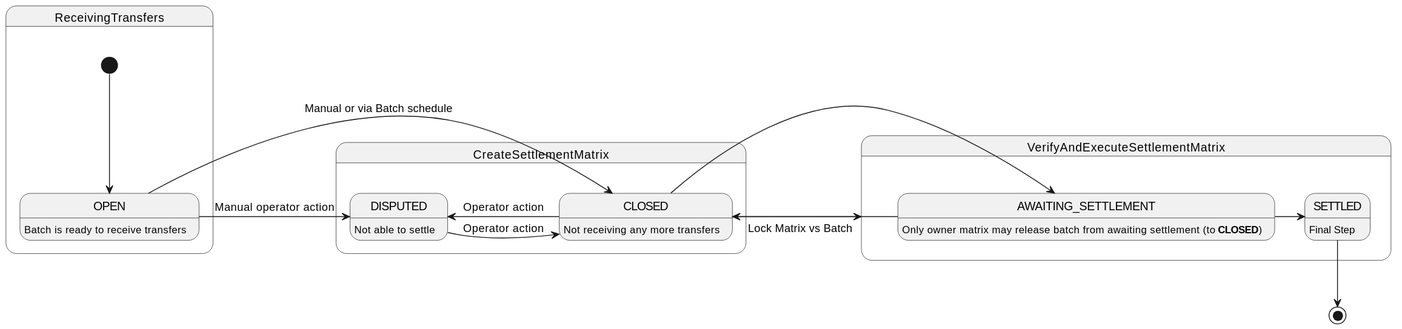
Earlier version of the PlantUML export docs/flows/20-batch-statemachine.svg (mojaloop/settlements-bc). Its diagram source:
```plantuml
@startuml
state ReceivingTransfers {
    [*] --> OPEN
    OPEN : Batch is ready to receive transfers
}

state CreateSettlementMatrix {
    OPEN -> CLOSED : Manual or via Batch schedule
    CLOSED : Not receiving any more transfers
    CLOSED -> DISPUTED : Operator action
    DISPUTED -> CLOSED : Operator action
    DISPUTED : Not able to settle
    OPEN -> DISPUTED : Manual operator action
}

state VerifyAndExecuteSettlementMatrix {
    CLOSED -> VerifyAndExecuteSettlementMatrix : Lock Matrix vs Batch
    SETTLED : Final Step
    CLOSED -> AWAITING_SETTLEMENT
        AWAITING_SETTLEMENT : Only owner matrix may release batch from awaiting settlement (to **CLOSED**)
    AWAITING_SETTLEMENT -> CLOSED
    AWAITING_SETTLEMENT -> SETTLED
}

SETTLED --> [*]
@enduml
```
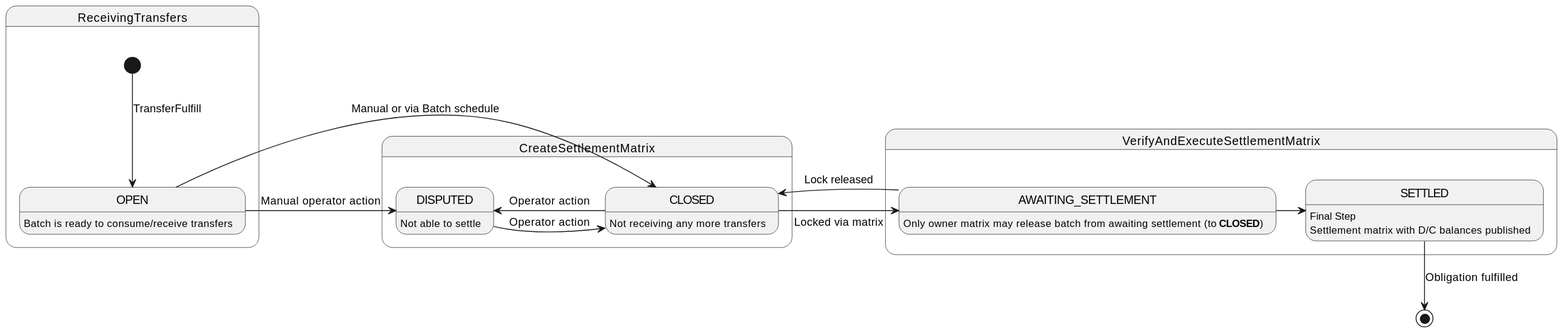
After the commit.

Commit message:
[ci skip] Update docs to reflect latest Settlement release.

Diff of the diagram source:
```diff
@@ -1,7 +1,7 @@
 @startuml
 state ReceivingTransfers {
-    [*] --> OPEN
-    OPEN : Batch is ready to receive transfers
+    [*] --> OPEN : TransferFulfill
+    OPEN : Batch is ready to consume/receive transfers
 }
 
 state CreateSettlementMatrix {
@@ -14,13 +14,13 @@
 }
 
 state VerifyAndExecuteSettlementMatrix {
-    CLOSED -> VerifyAndExecuteSettlementMatrix : Lock Matrix vs Batch
     SETTLED : Final Step
-    CLOSED -> AWAITING_SETTLEMENT
+    SETTLED : Settlement matrix with D/C balances published
+    AWAITING_SETTLEMENT -> CLOSED : Lock released
+    CLOSED -> AWAITING_SETTLEMENT : Locked via matrix
         AWAITING_SETTLEMENT : Only owner matrix may release batch from awaiting settlement (to **CLOSED**)
-    AWAITING_SETTLEMENT -> CLOSED
     AWAITING_SETTLEMENT -> SETTLED
 }
 
-SETTLED --> [*]
+SETTLED --> [*] : Obligation fulfilled
 @enduml
```
